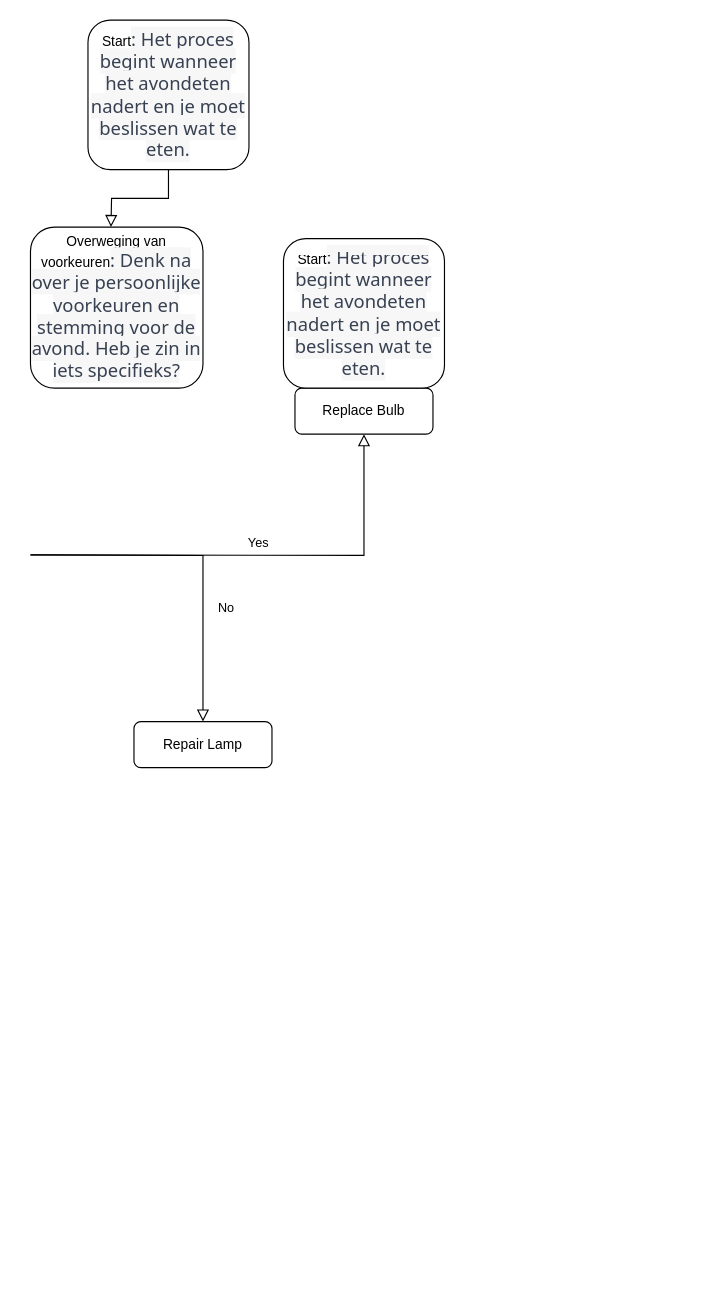
Earlier version of the draw.io diagram Untitled Diagram.drawio (KenKoorn/2022p2flex). Source tidied: cells renumbered, new cells numbered last; positions are measured from the earlier drawing's top-left corner, leaving out a move shared by most shapes. Both pictures are drawn from the tidied source at 115%, with x=0, y=0 at pixel (30, 20).
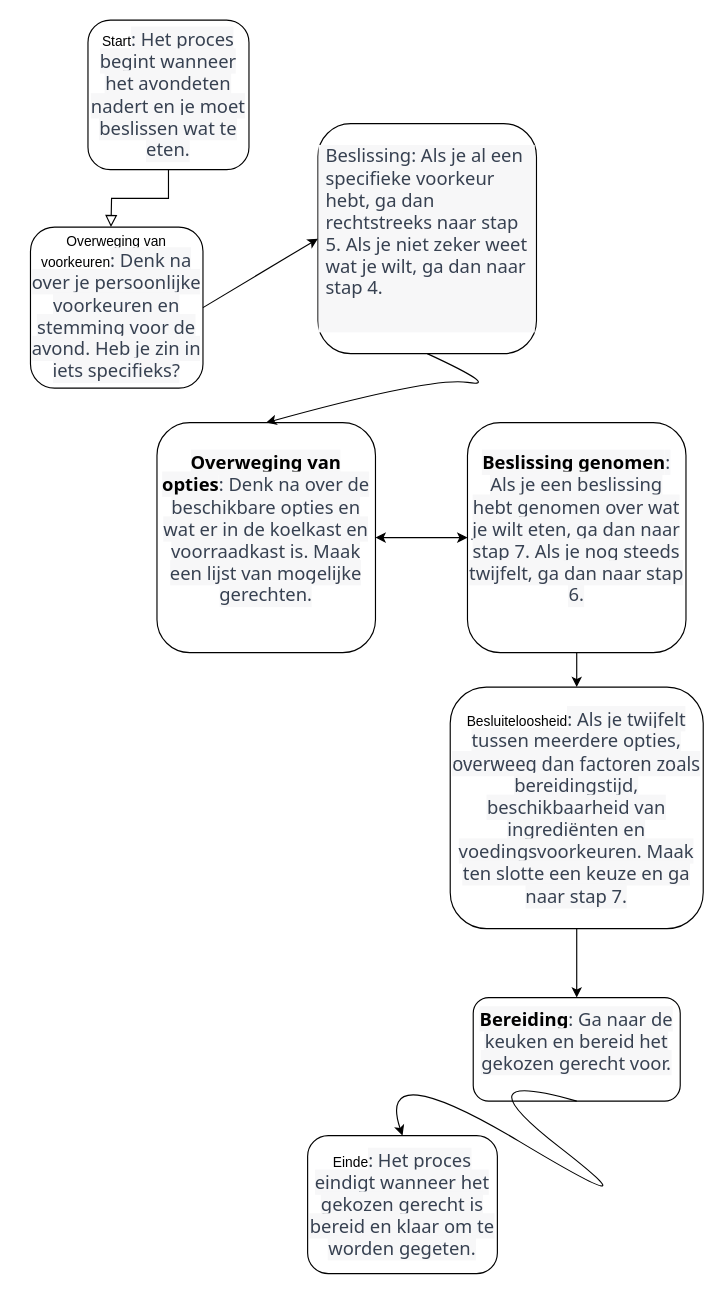
Above is the later version.

Commit message:
flowchart gerechten

Unchanged cells that the change refers to:
```xml
<mxCell id="8" value="Overweging van voorkeuren&lt;span style=&quot;color: rgb(55, 65, 81); font-family: Söhne, ui-sans-serif, system-ui, -apple-system, &amp;quot;Segoe UI&amp;quot;, Roboto, Ubuntu, Cantarell, &amp;quot;Noto Sans&amp;quot;, sans-serif, &amp;quot;Helvetica Neue&amp;quot;, Arial, &amp;quot;Apple Color Emoji&amp;quot;, &amp;quot;Segoe UI Emoji&amp;quot;, &amp;quot;Segoe UI Symbol&amp;quot;, &amp;quot;Noto Color Emoji&amp;quot;; font-size: 16px; text-align: left; background-color: rgb(247, 247, 248);&quot;&gt;: Denk na over je persoonlijke voorkeuren en stemming voor de avond. Heb je zin in iets specifieks?&lt;/span&gt;" style="rounded=1;whiteSpace=wrap;html=1;fontSize=12;glass=0;strokeWidth=1;shadow=0;" parent="1" vertex="1">
  <mxGeometry y="180" width="150" height="140" as="geometry" />
</mxCell>
```

Change to the diagram source:
```diff
@@
-    <mxCell id="4" value="No" style="rounded=0;html=1;jettySize=auto;fontSize=11;endArrow=block;endFill=0;endSize=8;strokeWidth=1;shadow=0;labelBackgroundColor=none;edgeStyle=orthogonalEdgeStyle;" parent="1" edge="1" target="6">
-      <mxGeometry x="0.33" y="20" relative="1" as="geometry">
-        <mxPoint y="465" as="sourcePoint" />
-      </mxGeometry>
-    </mxCell>
-    <mxCell id="5" value="Yes" style="edgeStyle=orthogonalEdgeStyle;rounded=0;html=1;jettySize=auto;fontSize=11;endArrow=block;endFill=0;endSize=8;strokeWidth=1;shadow=0;labelBackgroundColor=none;" parent="1" edge="1" target="7">
-      <mxGeometry y="10" relative="1" as="geometry">
-        <mxPoint y="465" as="sourcePoint" />
-      </mxGeometry>
-    </mxCell>
-    <mxCell id="6" value="Repair Lamp" style="rounded=1;whiteSpace=wrap;html=1;fontSize=12;glass=0;strokeWidth=1;shadow=0;" parent="1" vertex="1">
-      <mxGeometry x="90" y="610" width="120" height="40" as="geometry" />
-    </mxCell>
-    <mxCell id="7" value="Replace Bulb" style="rounded=1;whiteSpace=wrap;html=1;fontSize=12;glass=0;strokeWidth=1;shadow=0;" parent="1" vertex="1">
-      <mxGeometry x="230" y="320" width="120" height="40" as="geometry" />
-    </mxCell>
@@
-    <mxCell id="9" value="Start&lt;span style=&quot;color: rgb(55, 65, 81); font-family: Söhne, ui-sans-serif, system-ui, -apple-system, &amp;quot;Segoe UI&amp;quot;, Roboto, Ubuntu, Cantarell, &amp;quot;Noto Sans&amp;quot;, sans-serif, &amp;quot;Helvetica Neue&amp;quot;, Arial, &amp;quot;Apple Color Emoji&amp;quot;, &amp;quot;Segoe UI Emoji&amp;quot;, &amp;quot;Segoe UI Symbol&amp;quot;, &amp;quot;Noto Color Emoji&amp;quot;; font-size: 16px; text-align: left; background-color: rgb(247, 247, 248);&quot;&gt;: Het proces begint wanneer het avondeten nadert en je moet beslissen wat te eten.&lt;/span&gt;" style="rounded=1;whiteSpace=wrap;html=1;fontSize=12;glass=0;strokeWidth=1;shadow=0;" parent="1" vertex="1">
-      <mxGeometry x="220" y="190" width="140" height="130" as="geometry" />
+    <mxCell id="9" value="&lt;ol style=&quot;border: 0px solid rgb(217, 217, 227); box-sizing: border-box; --tw-border-spacing-x: 0; --tw-border-spacing-y: 0; --tw-translate-x: 0; --tw-translate-y: 0; --tw-rotate: 0; --tw-skew-x: 0; --tw-skew-y: 0; --tw-scale-x: 1; --tw-scale-y: 1; --tw-pan-x: ; --tw-pan-y: ; --tw-pinch-zoom: ; --tw-scroll-snap-strictness: proximity; --tw-gradient-from-position: ; --tw-gradient-via-position: ; --tw-gradient-to-position: ; --tw-ordinal: ; --tw-slashed-zero: ; --tw-numeric-figure: ; --tw-numeric-spacing: ; --tw-numeric-fraction: ; --tw-ring-inset: ; --tw-ring-offset-width: 0px; --tw-ring-offset-color: #fff; --tw-ring-color: rgba(69,89,164,.5); --tw-ring-offset-shadow: 0 0 transparent; --tw-ring-shadow: 0 0 transparent; --tw-shadow: 0 0 transparent; --tw-shadow-colored: 0 0 transparent; --tw-blur: ; --tw-brightness: ; --tw-contrast: ; --tw-grayscale: ; --tw-hue-rotate: ; --tw-invert: ; --tw-saturate: ; --tw-sepia: ; --tw-drop-shadow: ; --tw-backdrop-blur: ; --tw-backdrop-brightness: ; --tw-backdrop-contrast: ; --tw-backdrop-grayscale: ; --tw-backdrop-hue-rotate: ; --tw-backdrop-invert: ; --tw-backdrop-opacity: ; --tw-backdrop-saturate: ; --tw-backdrop-sepia: ; list-style: none; margin: 1.25em 0px; padding: 0px; counter-reset: list-number 0; display: flex; flex-direction: column; color: rgb(55, 65, 81); font-family: Söhne, ui-sans-serif, system-ui, -apple-system, &amp;quot;Segoe UI&amp;quot;, Roboto, Ubuntu, Cantarell, &amp;quot;Noto Sans&amp;quot;, sans-serif, &amp;quot;Helvetica Neue&amp;quot;, Arial, &amp;quot;Apple Color Emoji&amp;quot;, &amp;quot;Segoe UI Emoji&amp;quot;, &amp;quot;Segoe UI Symbol&amp;quot;, &amp;quot;Noto Color Emoji&amp;quot;; font-size: 16px; text-align: start; background-color: rgb(247, 247, 248);&quot;&gt;&lt;li style=&quot;border: 0px solid rgb(217, 217, 227); box-sizing: border-box; --tw-border-spacing-x: 0; --tw-border-spacing-y: 0; --tw-translate-x: 0; --tw-translate-y: 0; --tw-rotate: 0; --tw-skew-x: 0; --tw-skew-y: 0; --tw-scale-x: 1; --tw-scale-y: 1; --tw-pan-x: ; --tw-pan-y: ; --tw-pinch-zoom: ; --tw-scroll-snap-strictness: proximity; --tw-gradient-from-position: ; --tw-gradient-via-position: ; --tw-gradient-to-position: ; --tw-ordinal: ; --tw-slashed-zero: ; --tw-numeric-figure: ; --tw-numeric-spacing: ; --tw-numeric-fraction: ; --tw-ring-inset: ; --tw-ring-offset-width: 0px; --tw-ring-offset-color: #fff; --tw-ring-color: rgba(69,89,164,.5); --tw-ring-offset-shadow: 0 0 transparent; --tw-ring-shadow: 0 0 transparent; --tw-shadow: 0 0 transparent; --tw-shadow-colored: 0 0 transparent; --tw-blur: ; --tw-brightness: ; --tw-contrast: ; --tw-grayscale: ; --tw-hue-rotate: ; --tw-invert: ; --tw-saturate: ; --tw-sepia: ; --tw-drop-shadow: ; --tw-backdrop-blur: ; --tw-backdrop-brightness: ; --tw-backdrop-contrast: ; --tw-backdrop-grayscale: ; --tw-backdrop-hue-rotate: ; --tw-backdrop-invert: ; --tw-backdrop-opacity: ; --tw-backdrop-saturate: ; --tw-backdrop-sepia: ; margin-bottom: 0px; margin-top: 0px; padding-left: 0.375em; counter-increment: list-number 1; display: block; min-height: 28px;&quot;&gt;&lt;p style=&quot;border: 0px solid rgb(217, 217, 227); box-sizing: border-box; --tw-border-spacing-x: 0; --tw-border-spacing-y: 0; --tw-translate-x: 0; --tw-translate-y: 0; --tw-rotate: 0; --tw-skew-x: 0; --tw-skew-y: 0; --tw-scale-x: 1; --tw-scale-y: 1; --tw-pan-x: ; --tw-pan-y: ; --tw-pinch-zoom: ; --tw-scroll-snap-strictness: proximity; --tw-gradient-from-position: ; --tw-gradient-via-position: ; --tw-gradient-to-position: ; --tw-ordinal: ; --tw-slashed-zero: ; --tw-numeric-figure: ; --tw-numeric-spacing: ; --tw-numeric-fraction: ; --tw-ring-inset: ; --tw-ring-offset-width: 0px; --tw-ring-offset-color: #fff; --tw-ring-color: rgba(69,89,164,.5); --tw-ring-offset-shadow: 0 0 transparent; --tw-ring-shadow: 0 0 transparent; --tw-shadow: 0 0 transparent; --tw-shadow-colored: 0 0 transparent; --tw-blur: ; --tw-brightness: ; --tw-contrast: ; --tw-grayscale: ; --tw-hue-rotate: ; --tw-invert: ; --tw-saturate: ; --tw-sepia: ; --tw-drop-shadow: ; --tw-backdrop-blur: ; --tw-backdrop-brightness: ; --tw-backdrop-contrast: ; --tw-backdrop-grayscale: ; --tw-backdrop-hue-rotate: ; --tw-backdrop-invert: ; --tw-backdrop-opacity: ; --tw-backdrop-saturate: ; --tw-backdrop-sepia: ; margin: 0px;&quot;&gt;Beslissing: Als je al een specifieke voorkeur hebt, ga dan rechtstreeks naar stap 5. Als je niet zeker weet wat je wilt, ga dan naar stap 4.&lt;/p&gt;&lt;/li&gt;&lt;li style=&quot;border: 0px solid rgb(217, 217, 227); box-sizing: border-box; --tw-border-spacing-x: 0; --tw-border-spacing-y: 0; --tw-translate-x: 0; --tw-translate-y: 0; --tw-rotate: 0; --tw-skew-x: 0; --tw-skew-y: 0; --tw-scale-x: 1; --tw-scale-y: 1; --tw-pan-x: ; --tw-pan-y: ; --tw-pinch-zoom: ; --tw-scroll-snap-strictness: proximity; --tw-gradient-from-position: ; --tw-gradient-via-position: ; --tw-gradient-to-position: ; --tw-ordinal: ; --tw-slashed-zero: ; --tw-numeric-figure: ; --tw-numeric-spacing: ; --tw-numeric-fraction: ; --tw-ring-inset: ; --tw-ring-offset-width: 0px; --tw-ring-offset-color: #fff; --tw-ring-color: rgba(69,89,164,.5); --tw-ring-offset-shadow: 0 0 transparent; --tw-ring-shadow: 0 0 transparent; --tw-shadow: 0 0 transparent; --tw-shadow-colored: 0 0 transparent; --tw-blur: ; --tw-brightness: ; --tw-contrast: ; --tw-grayscale: ; --tw-hue-rotate: ; --tw-invert: ; --tw-saturate: ; --tw-sepia: ; --tw-drop-shadow: ; --tw-backdrop-blur: ; --tw-backdrop-brightness: ; --tw-backdrop-contrast: ; --tw-backdrop-grayscale: ; --tw-backdrop-hue-rotate: ; --tw-backdrop-invert: ; --tw-backdrop-opacity: ; --tw-backdrop-saturate: ; --tw-backdrop-sepia: ; margin-bottom: 0px; margin-top: 0px; padding-left: 0.375em; counter-increment: list-number 1; display: block; min-height: 28px;&quot;&gt;&lt;/li&gt;&lt;/ol&gt;" style="rounded=1;whiteSpace=wrap;html=1;fontSize=12;glass=0;strokeWidth=1;shadow=0;" parent="1" vertex="1">
+      <mxGeometry x="250" y="90" width="190" height="200" as="geometry" />
     </mxCell>
+    <mxCell id="10" style="endArrow=classic;html=1;rounded=0;exitX=1;exitY=0.5;exitDx=0;exitDy=0;entryX=0;entryY=0.5;entryDx=0;entryDy=0;" parent="1" edge="1" source="8" target="9">
+      <mxGeometry relative="1" as="geometry" />
+    </mxCell>
+    <mxCell id="11" value="&#10;&lt;strong style=&quot;border: 0px solid rgb(217, 217, 227); box-sizing: border-box; --tw-border-spacing-x: 0; --tw-border-spacing-y: 0; --tw-translate-x: 0; --tw-translate-y: 0; --tw-rotate: 0; --tw-skew-x: 0; --tw-skew-y: 0; --tw-scale-x: 1; --tw-scale-y: 1; --tw-pan-x: ; --tw-pan-y: ; --tw-pinch-zoom: ; --tw-scroll-snap-strictness: proximity; --tw-gradient-from-position: ; --tw-gradient-via-position: ; --tw-gradient-to-position: ; --tw-ordinal: ; --tw-slashed-zero: ; --tw-numeric-figure: ; --tw-numeric-spacing: ; --tw-numeric-fraction: ; --tw-ring-inset: ; --tw-ring-offset-width: 0px; --tw-ring-offset-color: #fff; --tw-ring-color: rgba(69,89,164,.5); --tw-ring-offset-shadow: 0 0 transparent; --tw-ring-shadow: 0 0 transparent; --tw-shadow: 0 0 transparent; --tw-shadow-colored: 0 0 transparent; --tw-blur: ; --tw-brightness: ; --tw-contrast: ; --tw-grayscale: ; --tw-hue-rotate: ; --tw-invert: ; --tw-saturate: ; --tw-sepia: ; --tw-drop-shadow: ; --tw-backdrop-blur: ; --tw-backdrop-brightness: ; --tw-backdrop-contrast: ; --tw-backdrop-grayscale: ; --tw-backdrop-hue-rotate: ; --tw-backdrop-invert: ; --tw-backdrop-opacity: ; --tw-backdrop-saturate: ; --tw-backdrop-sepia: ; font-weight: 600; color: var(--tw-prose-bold); font-family: Söhne, ui-sans-serif, system-ui, -apple-system, &amp;quot;Segoe UI&amp;quot;, Roboto, Ubuntu, Cantarell, &amp;quot;Noto Sans&amp;quot;, sans-serif, &amp;quot;Helvetica Neue&amp;quot;, Arial, &amp;quot;Apple Color Emoji&amp;quot;, &amp;quot;Segoe UI Emoji&amp;quot;, &amp;quot;Segoe UI Symbol&amp;quot;, &amp;quot;Noto Color Emoji&amp;quot;; font-size: 16px; font-style: normal; font-variant-ligatures: normal; font-variant-caps: normal; letter-spacing: normal; orphans: 2; text-align: left; text-indent: 0px; text-transform: none; widows: 2; word-spacing: 0px; -webkit-text-stroke-width: 0px; background-color: rgb(247, 247, 248); text-decoration-thickness: initial; text-decoration-style: initial; text-decoration-color: initial;&quot;&gt;Overweging van opties&lt;/strong&gt;&lt;span style=&quot;color: rgb(55, 65, 81); font-family: Söhne, ui-sans-serif, system-ui, -apple-system, &amp;quot;Segoe UI&amp;quot;, Roboto, Ubuntu, Cantarell, &amp;quot;Noto Sans&amp;quot;, sans-serif, &amp;quot;Helvetica Neue&amp;quot;, Arial, &amp;quot;Apple Color Emoji&amp;quot;, &amp;quot;Segoe UI Emoji&amp;quot;, &amp;quot;Segoe UI Symbol&amp;quot;, &amp;quot;Noto Color Emoji&amp;quot;; font-size: 16px; font-style: normal; font-variant-ligatures: normal; font-variant-caps: normal; font-weight: 400; letter-spacing: normal; orphans: 2; text-align: left; text-indent: 0px; text-transform: none; widows: 2; word-spacing: 0px; -webkit-text-stroke-width: 0px; background-color: rgb(247, 247, 248); text-decoration-thickness: initial; text-decoration-style: initial; text-decoration-color: initial; float: none; display: inline !important;&quot;&gt;: Denk na over de beschikbare opties en wat er in de koelkast en voorraadkast is. Maak een lijst van mogelijke gerechten.&lt;/span&gt;&#10;&#10;" style="rounded=1;whiteSpace=wrap;html=1;fontSize=12;glass=0;strokeWidth=1;shadow=0;" parent="1" vertex="1">
+      <mxGeometry x="110" y="350" width="190" height="200" as="geometry" />
+    </mxCell>
+    <mxCell id="12" value="&#10;&lt;strong style=&quot;border: 0px solid rgb(217, 217, 227); box-sizing: border-box; --tw-border-spacing-x: 0; --tw-border-spacing-y: 0; --tw-translate-x: 0; --tw-translate-y: 0; --tw-rotate: 0; --tw-skew-x: 0; --tw-skew-y: 0; --tw-scale-x: 1; --tw-scale-y: 1; --tw-pan-x: ; --tw-pan-y: ; --tw-pinch-zoom: ; --tw-scroll-snap-strictness: proximity; --tw-gradient-from-position: ; --tw-gradient-via-position: ; --tw-gradient-to-position: ; --tw-ordinal: ; --tw-slashed-zero: ; --tw-numeric-figure: ; --tw-numeric-spacing: ; --tw-numeric-fraction: ; --tw-ring-inset: ; --tw-ring-offset-width: 0px; --tw-ring-offset-color: #fff; --tw-ring-color: rgba(69,89,164,.5); --tw-ring-offset-shadow: 0 0 transparent; --tw-ring-shadow: 0 0 transparent; --tw-shadow: 0 0 transparent; --tw-shadow-colored: 0 0 transparent; --tw-blur: ; --tw-brightness: ; --tw-contrast: ; --tw-grayscale: ; --tw-hue-rotate: ; --tw-invert: ; --tw-saturate: ; --tw-sepia: ; --tw-drop-shadow: ; --tw-backdrop-blur: ; --tw-backdrop-brightness: ; --tw-backdrop-contrast: ; --tw-backdrop-grayscale: ; --tw-backdrop-hue-rotate: ; --tw-backdrop-invert: ; --tw-backdrop-opacity: ; --tw-backdrop-saturate: ; --tw-backdrop-sepia: ; font-weight: 600; color: var(--tw-prose-bold); font-family: Söhne, ui-sans-serif, system-ui, -apple-system, &amp;quot;Segoe UI&amp;quot;, Roboto, Ubuntu, Cantarell, &amp;quot;Noto Sans&amp;quot;, sans-serif, &amp;quot;Helvetica Neue&amp;quot;, Arial, &amp;quot;Apple Color Emoji&amp;quot;, &amp;quot;Segoe UI Emoji&amp;quot;, &amp;quot;Segoe UI Symbol&amp;quot;, &amp;quot;Noto Color Emoji&amp;quot;; font-size: 16px; font-style: normal; font-variant-ligatures: normal; font-variant-caps: normal; letter-spacing: normal; orphans: 2; text-align: left; text-indent: 0px; text-transform: none; widows: 2; word-spacing: 0px; -webkit-text-stroke-width: 0px; background-color: rgb(247, 247, 248); text-decoration-thickness: initial; text-decoration-style: initial; text-decoration-color: initial;&quot;&gt;Beslissing genomen&lt;/strong&gt;&lt;span style=&quot;color: rgb(55, 65, 81); font-family: Söhne, ui-sans-serif, system-ui, -apple-system, &amp;quot;Segoe UI&amp;quot;, Roboto, Ubuntu, Cantarell, &amp;quot;Noto Sans&amp;quot;, sans-serif, &amp;quot;Helvetica Neue&amp;quot;, Arial, &amp;quot;Apple Color Emoji&amp;quot;, &amp;quot;Segoe UI Emoji&amp;quot;, &amp;quot;Segoe UI Symbol&amp;quot;, &amp;quot;Noto Color Emoji&amp;quot;; font-size: 16px; font-style: normal; font-variant-ligatures: normal; font-variant-caps: normal; font-weight: 400; letter-spacing: normal; orphans: 2; text-align: left; text-indent: 0px; text-transform: none; widows: 2; word-spacing: 0px; -webkit-text-stroke-width: 0px; background-color: rgb(247, 247, 248); text-decoration-thickness: initial; text-decoration-style: initial; text-decoration-color: initial; float: none; display: inline !important;&quot;&gt;: Als je een beslissing hebt genomen over wat je wilt eten, ga dan naar stap 7. Als je nog steeds twijfelt, ga dan naar stap 6.&lt;/span&gt;&#10;&#10;" style="rounded=1;whiteSpace=wrap;html=1;fontSize=12;glass=0;strokeWidth=1;shadow=0;" parent="1" vertex="1">
+      <mxGeometry x="380" y="350" width="190" height="200" as="geometry" />
+    </mxCell>
+    <mxCell id="13" style="curved=1;endArrow=classic;html=1;rounded=0;exitX=0.5;exitY=1;exitDx=0;exitDy=0;entryX=0.5;entryY=0;entryDx=0;entryDy=0;" parent="1" edge="1" source="9" target="11">
+      <mxGeometry relative="1" as="geometry">
+        <Array as="points">
+          <mxPoint x="410" y="320" />
+          <mxPoint x="350" y="310" />
+        </Array>
+      </mxGeometry>
+    </mxCell>
+    <mxCell id="14" value="Besluiteloosheid&lt;span style=&quot;color: rgb(55, 65, 81); font-family: Söhne, ui-sans-serif, system-ui, -apple-system, &amp;quot;Segoe UI&amp;quot;, Roboto, Ubuntu, Cantarell, &amp;quot;Noto Sans&amp;quot;, sans-serif, &amp;quot;Helvetica Neue&amp;quot;, Arial, &amp;quot;Apple Color Emoji&amp;quot;, &amp;quot;Segoe UI Emoji&amp;quot;, &amp;quot;Segoe UI Symbol&amp;quot;, &amp;quot;Noto Color Emoji&amp;quot;; font-size: 16px; text-align: left; background-color: rgb(247, 247, 248);&quot;&gt;: Als je twijfelt tussen meerdere opties, overweeg dan factoren zoals bereidingstijd, beschikbaarheid van ingrediënten en voedingsvoorkeuren. Maak ten slotte een keuze en ga naar stap 7.&lt;/span&gt;" style="rounded=1;whiteSpace=wrap;html=1;fontSize=12;glass=0;strokeWidth=1;shadow=0;" parent="1" vertex="1">
+      <mxGeometry x="365" y="580" width="220" height="210" as="geometry" />
+    </mxCell>
+    <mxCell id="15" value="&#10;&lt;strong style=&quot;border: 0px solid rgb(217, 217, 227); box-sizing: border-box; --tw-border-spacing-x: 0; --tw-border-spacing-y: 0; --tw-translate-x: 0; --tw-translate-y: 0; --tw-rotate: 0; --tw-skew-x: 0; --tw-skew-y: 0; --tw-scale-x: 1; --tw-scale-y: 1; --tw-pan-x: ; --tw-pan-y: ; --tw-pinch-zoom: ; --tw-scroll-snap-strictness: proximity; --tw-gradient-from-position: ; --tw-gradient-via-position: ; --tw-gradient-to-position: ; --tw-ordinal: ; --tw-slashed-zero: ; --tw-numeric-figure: ; --tw-numeric-spacing: ; --tw-numeric-fraction: ; --tw-ring-inset: ; --tw-ring-offset-width: 0px; --tw-ring-offset-color: #fff; --tw-ring-color: rgba(69,89,164,.5); --tw-ring-offset-shadow: 0 0 transparent; --tw-ring-shadow: 0 0 transparent; --tw-shadow: 0 0 transparent; --tw-shadow-colored: 0 0 transparent; --tw-blur: ; --tw-brightness: ; --tw-contrast: ; --tw-grayscale: ; --tw-hue-rotate: ; --tw-invert: ; --tw-saturate: ; --tw-sepia: ; --tw-drop-shadow: ; --tw-backdrop-blur: ; --tw-backdrop-brightness: ; --tw-backdrop-contrast: ; --tw-backdrop-grayscale: ; --tw-backdrop-hue-rotate: ; --tw-backdrop-invert: ; --tw-backdrop-opacity: ; --tw-backdrop-saturate: ; --tw-backdrop-sepia: ; font-weight: 600; color: var(--tw-prose-bold); font-family: Söhne, ui-sans-serif, system-ui, -apple-system, &amp;quot;Segoe UI&amp;quot;, Roboto, Ubuntu, Cantarell, &amp;quot;Noto Sans&amp;quot;, sans-serif, &amp;quot;Helvetica Neue&amp;quot;, Arial, &amp;quot;Apple Color Emoji&amp;quot;, &amp;quot;Segoe UI Emoji&amp;quot;, &amp;quot;Segoe UI Symbol&amp;quot;, &amp;quot;Noto Color Emoji&amp;quot;; font-size: 16px; font-style: normal; font-variant-ligatures: normal; font-variant-caps: normal; letter-spacing: normal; orphans: 2; text-align: left; text-indent: 0px; text-transform: none; widows: 2; word-spacing: 0px; -webkit-text-stroke-width: 0px; background-color: rgb(247, 247, 248); text-decoration-thickness: initial; text-decoration-style: initial; text-decoration-color: initial;&quot;&gt;Bereiding&lt;/strong&gt;&lt;span style=&quot;color: rgb(55, 65, 81); font-family: Söhne, ui-sans-serif, system-ui, -apple-system, &amp;quot;Segoe UI&amp;quot;, Roboto, Ubuntu, Cantarell, &amp;quot;Noto Sans&amp;quot;, sans-serif, &amp;quot;Helvetica Neue&amp;quot;, Arial, &amp;quot;Apple Color Emoji&amp;quot;, &amp;quot;Segoe UI Emoji&amp;quot;, &amp;quot;Segoe UI Symbol&amp;quot;, &amp;quot;Noto Color Emoji&amp;quot;; font-size: 16px; font-style: normal; font-variant-ligatures: normal; font-variant-caps: normal; font-weight: 400; letter-spacing: normal; orphans: 2; text-align: left; text-indent: 0px; text-transform: none; widows: 2; word-spacing: 0px; -webkit-text-stroke-width: 0px; background-color: rgb(247, 247, 248); text-decoration-thickness: initial; text-decoration-style: initial; text-decoration-color: initial; float: none; display: inline !important;&quot;&gt;: Ga naar de keuken en bereid het gekozen gerecht voor.&lt;/span&gt;&#10;&#10;" style="rounded=1;whiteSpace=wrap;html=1;" parent="1" vertex="1">
+      <mxGeometry x="385" y="850" width="180" height="90" as="geometry" />
+    </mxCell>
+    <mxCell id="16" style="endArrow=classic;html=1;rounded=0;exitX=0.5;exitY=1;exitDx=0;exitDy=0;" parent="1" edge="1" source="14" target="15">
+      <mxGeometry relative="1" as="geometry" />
+    </mxCell>
+    <mxCell id="17" style="endArrow=classic;html=1;rounded=0;exitX=0.5;exitY=1;exitDx=0;exitDy=0;entryX=0.5;entryY=0;entryDx=0;entryDy=0;" parent="1" edge="1" source="12" target="14">
+      <mxGeometry relative="1" as="geometry" />
+    </mxCell>
+    <mxCell id="18" value="Einde&lt;span style=&quot;color: rgb(55, 65, 81); font-family: Söhne, ui-sans-serif, system-ui, -apple-system, &amp;quot;Segoe UI&amp;quot;, Roboto, Ubuntu, Cantarell, &amp;quot;Noto Sans&amp;quot;, sans-serif, &amp;quot;Helvetica Neue&amp;quot;, Arial, &amp;quot;Apple Color Emoji&amp;quot;, &amp;quot;Segoe UI Emoji&amp;quot;, &amp;quot;Segoe UI Symbol&amp;quot;, &amp;quot;Noto Color Emoji&amp;quot;; font-size: 16px; text-align: left; background-color: rgb(247, 247, 248);&quot;&gt;: Het proces eindigt wanneer het gekozen gerecht is bereid en klaar om te worden gegeten.&lt;/span&gt;" style="rounded=1;whiteSpace=wrap;html=1;" parent="1" vertex="1">
+      <mxGeometry x="241" y="970" width="165" height="120" as="geometry" />
+    </mxCell>
+    <mxCell id="19" style="curved=1;endArrow=classic;html=1;rounded=0;exitX=0.5;exitY=1;exitDx=0;exitDy=0;entryX=0.5;entryY=0;entryDx=0;entryDy=0;" parent="1" edge="1" source="15" target="18">
+      <mxGeometry relative="1" as="geometry">
+        <Array as="points">
+          <mxPoint x="370" y="910" />
+          <mxPoint x="550" y="1050" />
+          <mxPoint x="300" y="900" />
+        </Array>
+      </mxGeometry>
+    </mxCell>
+    <mxCell id="20" style="endArrow=classic;startArrow=classic;html=1;rounded=0;entryX=0;entryY=0.5;entryDx=0;entryDy=0;" parent="1" edge="1" target="12">
+      <mxGeometry relative="1" as="geometry">
+        <mxPoint x="300" y="450" as="sourcePoint" />
+      </mxGeometry>
+    </mxCell>
```
